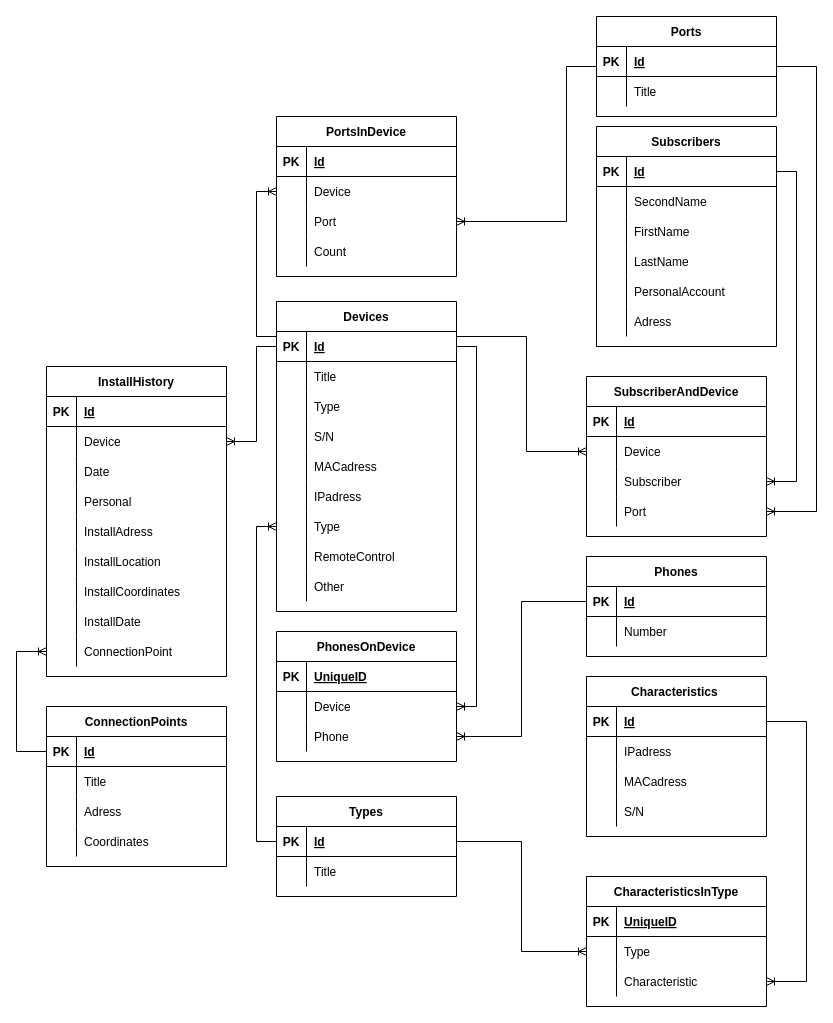
This is Untitled Diagram.drawio from Grhead/Diagram-Logic, a draw.io file, before an edit. Source tidied: cells renumbered, new cells numbered last; positions are measured from the earlier drawing's top-left corner, leaving out a move shared by most shapes. Both pictures are drawn from the tidied source at 100%, with x=0, y=0 at pixel (16, 16).
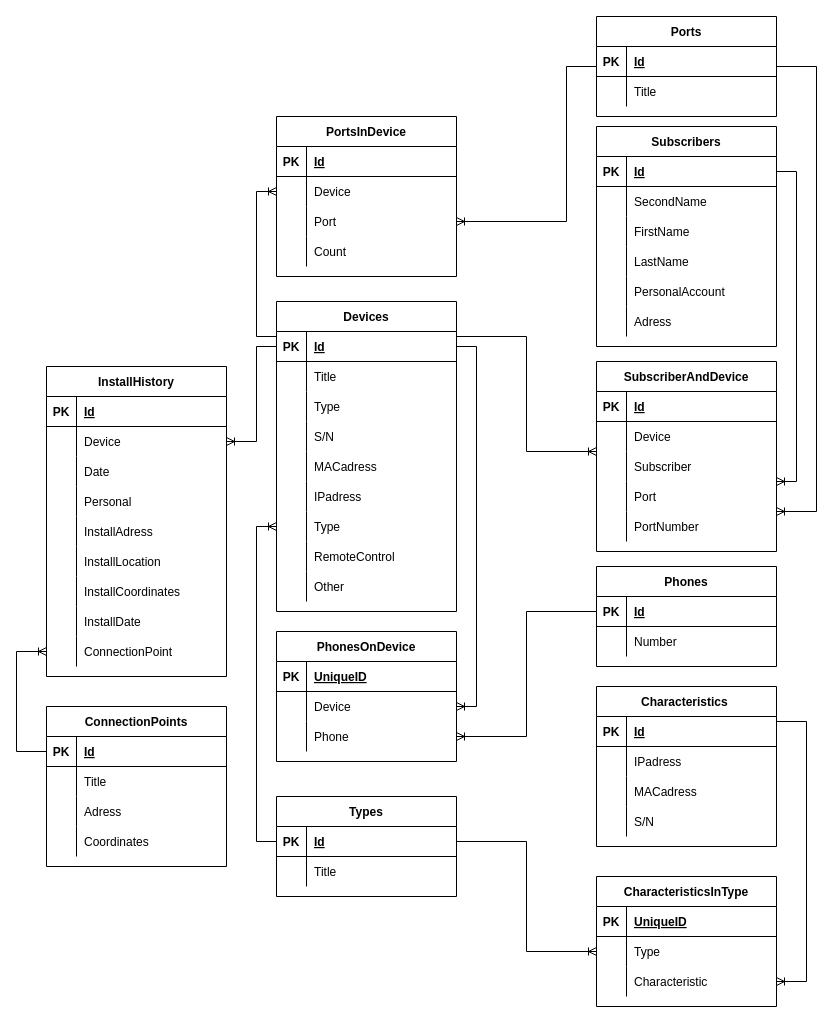
Above is the later version.

Diff of the diagram source:
```diff
@@
     <mxCell id="85" value="Phones" style="shape=table;startSize=30;childLayout=tableLayout;rowLines=0;fontStyle=1;align=center;" parent="1" vertex="1">
-      <mxGeometry x="570" y="540" width="180" height="100" as="geometry" />
+      <mxGeometry x="580" y="550" width="180" height="100" as="geometry" />
     </mxCell>
@@
     <mxCell id="104" value="SubscriberAndDevice" style="shape=table;startSize=30;childLayout=tableLayout;rowLines=0;fontStyle=1;align=center;" parent="1" vertex="1">
-      <mxGeometry x="570" y="360" width="180" height="160" as="geometry" />
+      <mxGeometry x="580" y="345" width="180" height="190" as="geometry" />
     </mxCell>
@@
+    <mxCell id="182" style="shape=tableRow;horizontal=0;startSize=0;swimlaneHead=0;swimlaneBody=0;fillColor=none;top=0;left=0;right=0;bottom=0;" parent="104" vertex="1">
+      <mxGeometry y="150" width="180" height="30" as="geometry" />
+    </mxCell>
+    <mxCell id="183" style="shape=partialRectangle;fillColor=none;top=0;left=0;bottom=0;right=0;overflow=hidden;" parent="182" vertex="1">
+      <mxGeometry width="30" height="30" as="geometry" />
+    </mxCell>
+    <mxCell id="184" value="PortNumber" style="shape=partialRectangle;fillColor=none;top=0;left=0;bottom=0;right=0;align=left;spacingLeft=6;overflow=hidden;" parent="182" vertex="1">
+      <mxGeometry x="30" width="150" height="30" as="geometry" />
+    </mxCell>
@@
     <mxCell id="149" value="Characteristics " style="shape=table;startSize=30;childLayout=tableLayout;rowLines=0;fontStyle=1;align=center;" parent="1" vertex="1">
-      <mxGeometry x="570" y="660" width="180" height="160" as="geometry" />
+      <mxGeometry x="580" y="670" width="180" height="160" as="geometry" />
     </mxCell>
@@
     <mxCell id="162" value="CharacteristicsInType" style="shape=table;startSize=30;childLayout=tableLayout;rowLines=0;fontStyle=1;align=center;" parent="1" vertex="1">
-      <mxGeometry x="570" y="860" width="180" height="130" as="geometry" />
+      <mxGeometry x="580" y="860" width="180" height="130" as="geometry" />
     </mxCell>
```
